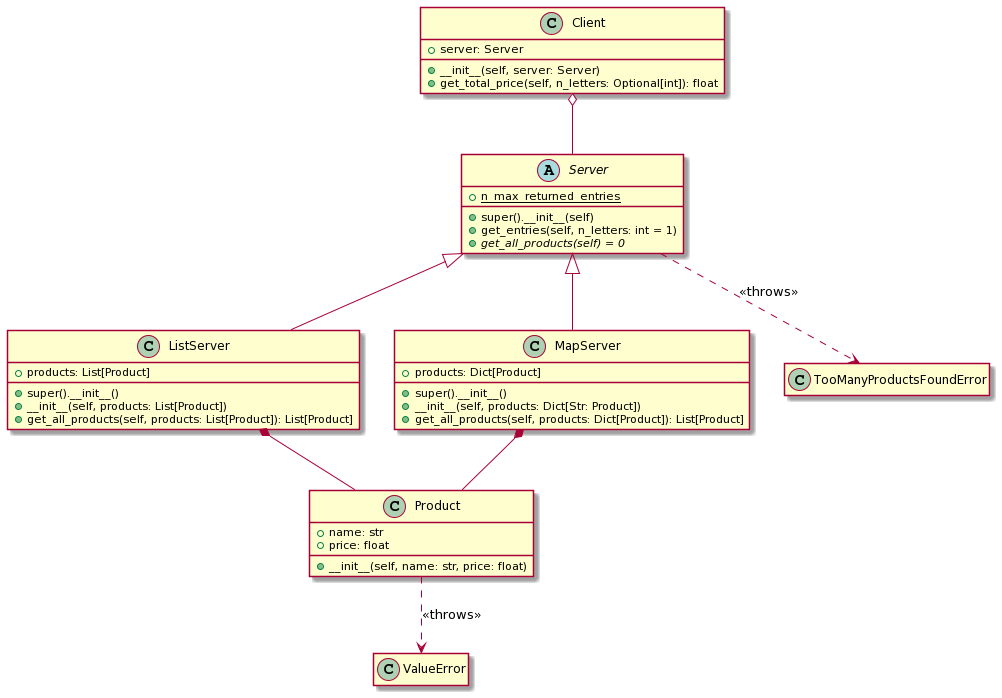
Before: diagram.png, a diagram exported from PlantUML (BrzozkaMarcin/ZPO_Servers). Its diagram source:
```plantuml
@startuml
class Product {
 + name: str
 + price: float
 + __init__(self, name: str, price: float)
}


abstract class Server {
 + {static} n_max_returned_entries
 + super().__init__(self)
 + get_entries(self, n_letters: int = 1)
 + {abstract} get_all_products(self) = 0
}


class ListServer {
 + super().__init__()
 + products: List[Product]
 + __init__(self, products: List[Product])
 + get_all_products(self, products: List[Product]): List[Product]
}


class MapServer {
 + super().__init__()
 + __init__(self, products: Dict[Str: Product])
 + get_all_products(self, products: Dict[Product]): List[Product]
 + products: Dict[Product]
}


class Client{
 + server: Server
 + __init__(self, server: Server)
 + get_total_price(self, n_letters: Optional[int]): float
}


hide empty members
class TooManyProductsFoundError{
}


Server..> TooManyProductsFoundError : <<throws>>
Product..> ValueError: <<throws>>
Client o-- Server
Server <|-- ListServer
Server <|-- MapServer
ListServer *-- Product
MapServer *-- Product
@enduml
```
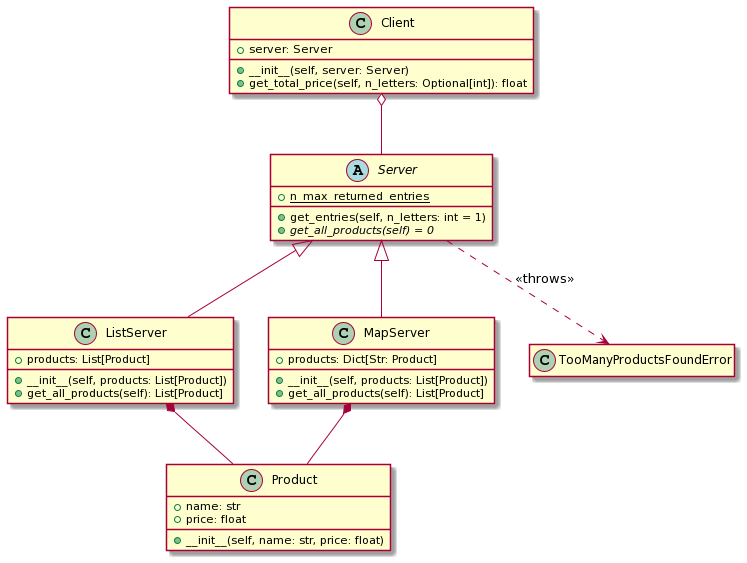
The same file after the commit.

Change to the diagram source:
```diff
@@ -8,25 +8,22 @@
 
 abstract class Server {
  + {static} n_max_returned_entries
- + super().__init__(self)
  + get_entries(self, n_letters: int = 1)
  + {abstract} get_all_products(self) = 0
 }
 
 
 class ListServer {
- + super().__init__()
  + products: List[Product]
  + __init__(self, products: List[Product])
- + get_all_products(self, products: List[Product]): List[Product]
+ + get_all_products(self): List[Product]
 }
 
 
 class MapServer {
- + super().__init__()
- + __init__(self, products: Dict[Str: Product])
- + get_all_products(self, products: Dict[Product]): List[Product]
- + products: Dict[Product]
+ + __init__(self, products: List[Product])
+ + get_all_products(self): List[Product]
+ + products: Dict[Str: Product]
 }
 
 
@@ -43,7 +40,6 @@
 
 
 Server..> TooManyProductsFoundError : <<throws>>
-Product..> ValueError: <<throws>>
 Client o-- Server
 Server <|-- ListServer
 Server <|-- MapServer
```
